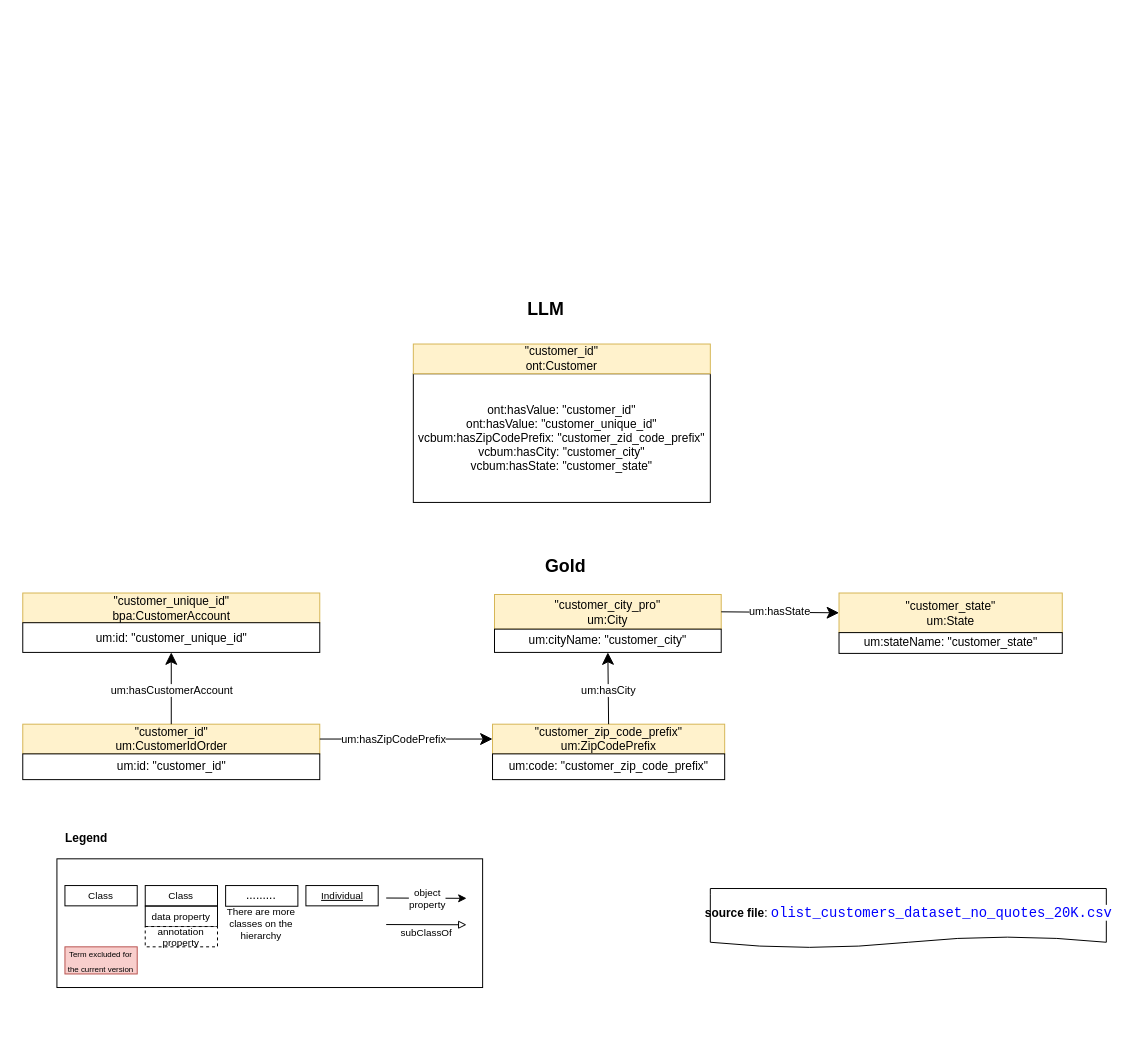
Before: page "Gold-LLM" (7 of 15) of BrazilianE-Commerce/Figures/BrazilianEcommerce.drawio in tecnomod-um/EvaluationGraphAlignmentMethods, a draw.io diagram. Source tidied: cells renumbered, new cells numbered last; positions are measured from the earlier drawing's top-left corner, leaving out a move shared by most shapes. Both pictures are drawn from the tidied source at 99%, with x=0, y=0 at pixel (23, 294).
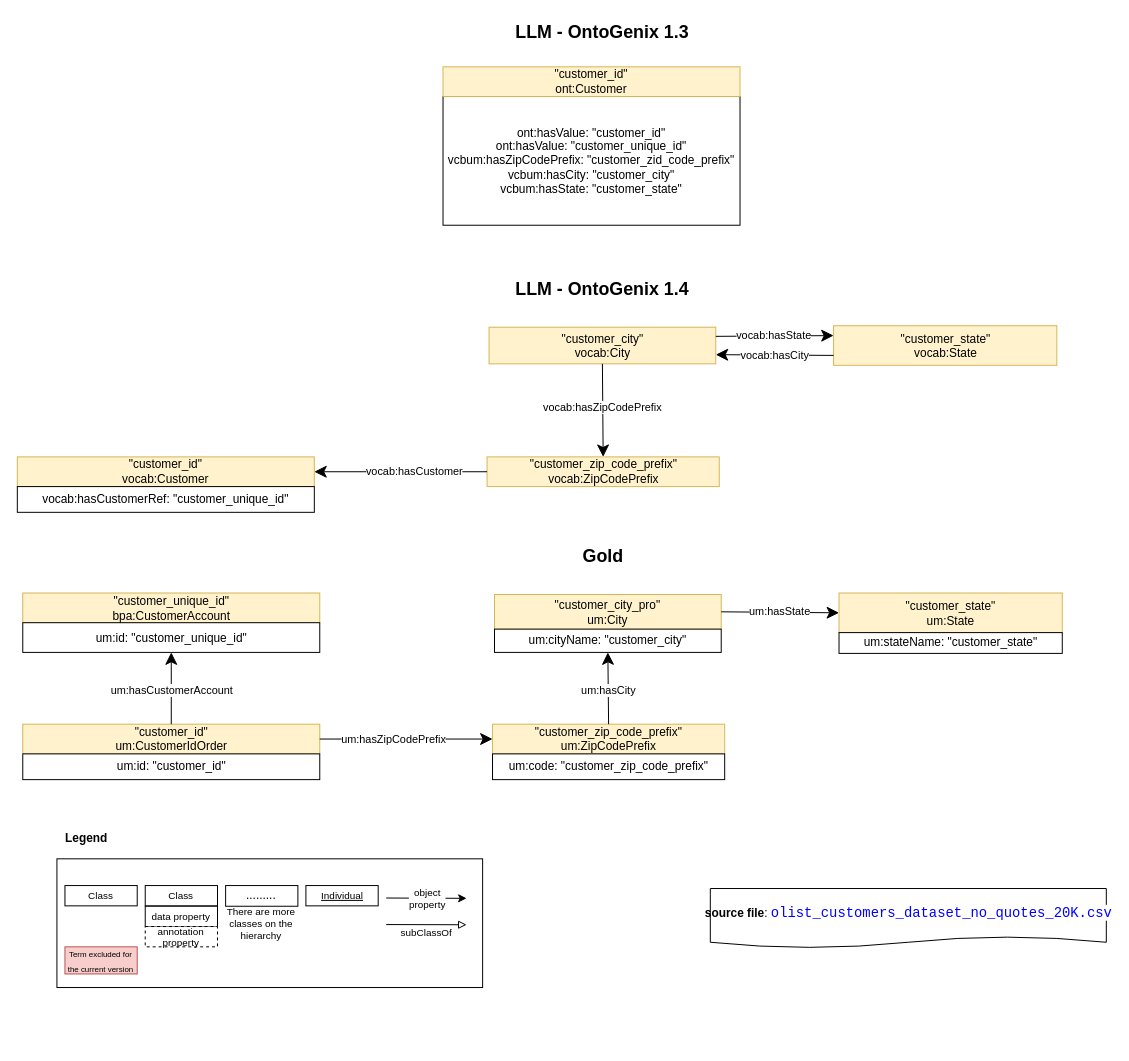
The same diagram, later.

The edit, as a diff of the source:
```diff
@@
     <mxCell id="11" value="Gold" style="text;html=1;strokeColor=none;fillColor=none;align=center;verticalAlign=middle;whiteSpace=wrap;rounded=0;dashed=1;fontSize=18;fontStyle=1;" parent="1" vertex="1">
-      <mxGeometry x="518" y="260" width="60" height="30" as="geometry" />
+      <mxGeometry x="555.8" y="250" width="60" height="30" as="geometry" />
     </mxCell>
@@
-    <mxCell id="26" value="ont:hasValue: &quot;customer_id&quot;&lt;br&gt;ont:hasValue: &quot;customer_unique_id&quot;&lt;br&gt;vcbum:hasZipCodePrefix: &quot;customer_zid_code_prefix&quot;&lt;br&gt;vcbum:hasCity: &quot;customer_city&quot;&lt;br&gt;vcbum:hasState: &quot;customer_state&quot;&lt;br&gt;" style="rounded=0;whiteSpace=wrap;html=1;" parent="1" vertex="1">
-      <mxGeometry x="394" y="80" width="300" height="130" as="geometry" />
-    </mxCell>
-    <mxCell id="27" value="&quot;customer_id&quot;&lt;br&gt;ont:Customer" style="rounded=0;whiteSpace=wrap;html=1;labelBackgroundColor=none;fillColor=#fff2cc;strokeColor=#d6b656;noLabel=0;" parent="1" vertex="1">
-      <mxGeometry x="394" y="50" width="300" height="30" as="geometry" />
-    </mxCell>
-    <mxCell id="28" value="LLM" style="text;html=1;strokeColor=none;fillColor=none;align=center;verticalAlign=middle;whiteSpace=wrap;rounded=0;dashed=1;fontSize=18;fontStyle=1;" parent="1" vertex="1">
-      <mxGeometry x="498" width="60" height="30" as="geometry" />
-    </mxCell>
@@
+    <mxCell id="33" value="&quot;customer_id&quot;&lt;br&gt;vocab:Customer" style="rounded=0;whiteSpace=wrap;html=1;labelBackgroundColor=none;fillColor=#fff2cc;strokeColor=#d6b656;noLabel=0;" parent="1" vertex="1">
+      <mxGeometry x="-6" y="164" width="300" height="30" as="geometry" />
+    </mxCell>
+    <mxCell id="34" value="&quot;customer_city&quot;&lt;br&gt;vocab:City" style="rounded=0;whiteSpace=wrap;html=1;labelBackgroundColor=none;fillColor=#fff2cc;strokeColor=#d6b656;noLabel=0;" parent="1" vertex="1">
+      <mxGeometry x="470.5" y="33" width="229" height="37" as="geometry" />
+    </mxCell>
+    <mxCell id="35" value="vocab:hasCustomerRef: &quot;customer_unique_id&quot;" style="rounded=0;whiteSpace=wrap;html=1;" parent="1" vertex="1">
+      <mxGeometry x="-6" y="194" width="300" height="26" as="geometry" />
+    </mxCell>
+    <mxCell id="36" value="&quot;customer_state&quot;&lt;br&gt;vocab:State" style="rounded=0;whiteSpace=wrap;html=1;labelBackgroundColor=none;fillColor=#fff2cc;strokeColor=#d6b656;noLabel=0;" parent="1" vertex="1">
+      <mxGeometry x="818.5" y="31.5" width="225.5" height="40" as="geometry" />
+    </mxCell>
+    <mxCell id="37" value="vocab:hasState" style="endArrow=classic;html=1;exitX=1;exitY=0.25;exitDx=0;exitDy=0;entryX=0;entryY=0.25;entryDx=0;entryDy=0;rounded=0;endSize=10;startArrow=none;startFill=0;startSize=8;" parent="1" edge="1" source="34" target="36">
+      <mxGeometry x="-0.01" y="1" relative="1" as="geometry" />
+    </mxCell>
+    <mxCell id="38" value="&quot;customer_zip_code_prefix&quot;&lt;br&gt;vocab:ZipCodePrefix" style="rounded=0;whiteSpace=wrap;html=1;labelBackgroundColor=none;fillColor=#fff2cc;strokeColor=#d6b656;noLabel=0;" parent="1" vertex="1">
+      <mxGeometry x="468.5" y="164" width="234.5" height="30" as="geometry" />
+    </mxCell>
+    <mxCell id="39" value="vocab:hasCustomer" style="endArrow=classic;html=1;rounded=0;exitX=0;exitY=0.5;exitDx=0;exitDy=0;entryX=1;entryY=0.5;entryDx=0;entryDy=0;startArrow=none;startFill=0;endSize=10;startSize=8;" parent="1" edge="1" source="38" target="33">
+      <mxGeometry x="-0.15" relative="1" as="geometry" />
+    </mxCell>
+    <mxCell id="40" value="vocab:hasZipCodePrefix" style="endArrow=classic;html=1;rounded=0;startSize=8;endSize=10;entryX=0.5;entryY=0;entryDx=0;entryDy=0;startArrow=none;startFill=0;exitX=0.5;exitY=1;exitDx=0;exitDy=0;" parent="1" edge="1" source="34" target="38">
+      <mxGeometry x="-0.06" relative="1" as="geometry" />
+    </mxCell>
+    <mxCell id="41" value="LLM - OntoGenix 1.4" style="text;html=1;strokeColor=none;fillColor=none;align=center;verticalAlign=middle;whiteSpace=wrap;rounded=0;dashed=1;fontSize=18;fontStyle=1;" parent="1" vertex="1">
+      <mxGeometry x="490.9" y="-20" width="188.2" height="30" as="geometry" />
+    </mxCell>
+    <mxCell id="42" value="vocab:hasCity" style="endArrow=classic;html=1;entryX=1;entryY=0.75;entryDx=0;entryDy=0;rounded=0;endSize=10;startArrow=none;startFill=0;startSize=8;exitX=0;exitY=0.75;exitDx=0;exitDy=0;" parent="1" edge="1" source="36" target="34">
+      <mxGeometry x="-0.01" y="1" relative="1" as="geometry" />
+    </mxCell>
+    <mxCell id="26" value="ont:hasValue: &quot;customer_id&quot;&lt;br&gt;ont:hasValue: &quot;customer_unique_id&quot;&lt;br&gt;vcbum:hasZipCodePrefix: &quot;customer_zid_code_prefix&quot;&lt;br&gt;vcbum:hasCity: &quot;customer_city&quot;&lt;br&gt;vcbum:hasState: &quot;customer_state&quot;&lt;br&gt;" style="rounded=0;whiteSpace=wrap;html=1;" parent="1" vertex="1">
+      <mxGeometry x="424" y="-200" width="300" height="130" as="geometry" />
+    </mxCell>
+    <mxCell id="27" value="&quot;customer_id&quot;&lt;br&gt;ont:Customer" style="rounded=0;whiteSpace=wrap;html=1;labelBackgroundColor=none;fillColor=#fff2cc;strokeColor=#d6b656;noLabel=0;" parent="1" vertex="1">
+      <mxGeometry x="424" y="-230" width="300" height="30" as="geometry" />
+    </mxCell>
+    <mxCell id="43" value="LLM - OntoGenix 1.3" style="text;html=1;strokeColor=none;fillColor=none;align=center;verticalAlign=middle;whiteSpace=wrap;rounded=0;dashed=1;fontSize=18;fontStyle=1;" parent="1" vertex="1">
+      <mxGeometry x="487" y="-280" width="196" height="30" as="geometry" />
+    </mxCell>
```
